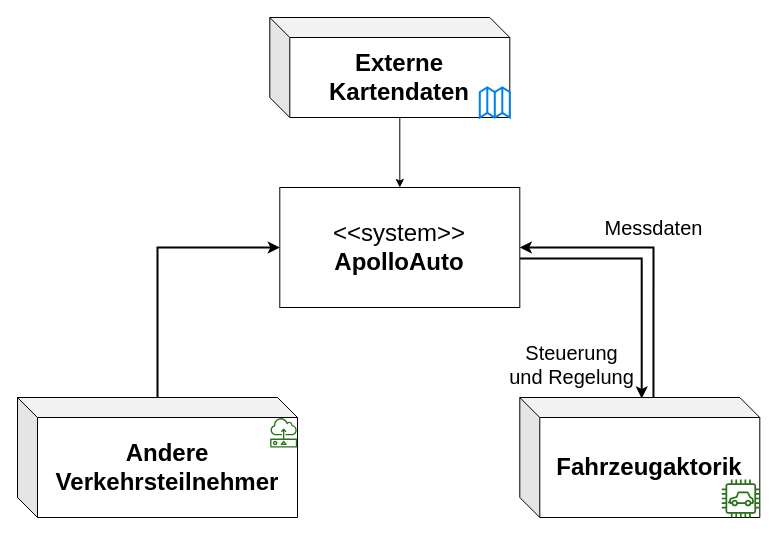
Apollak11/arc42-asciidoc-apolloauto-SSIM keeps this draw.io diagram as images/Fachlicher Kontext.drawio. Above is the earlier version. Source tidied: cells renumbered, new cells numbered last; positions are measured from the earlier drawing's top-left corner, leaving out a move shared by most shapes. Both pictures are drawn from the tidied source at 100%, with x=0, y=0 at pixel (17, 17).
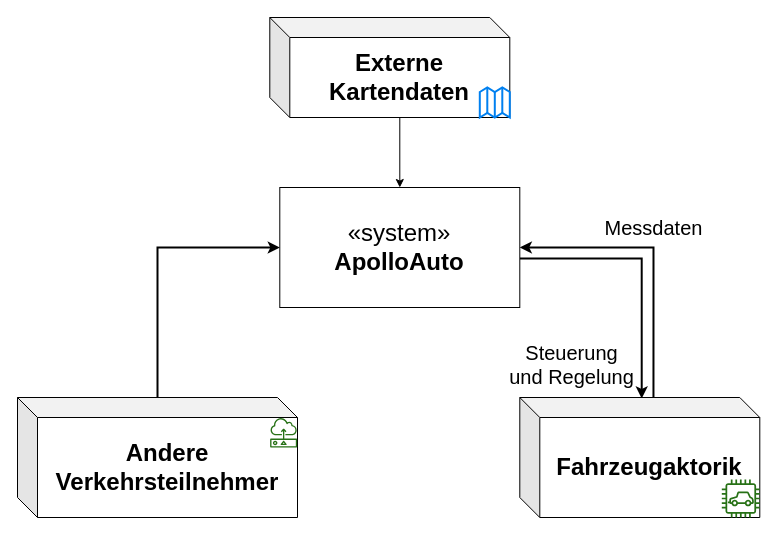
The same page after the edit.

The edit, as a diff of the source:
```diff
@@
 <mxGraphModel>
   <root>
     <mxCell id="0" />
     <mxCell id="1" parent="0" />
     <mxCell id="2" value="&lt;div&gt;&lt;font style=&quot;font-size: 20px&quot;&gt;Steuerung &lt;br&gt;&lt;/font&gt;&lt;/div&gt;&lt;div&gt;&lt;font style=&quot;font-size: 20px&quot;&gt;und Regelung&lt;/font&gt;&lt;/div&gt;" style="edgeStyle=orthogonalEdgeStyle;rounded=0;jettySize=auto;html=1;exitX=1;exitY=0.592;exitDx=0;exitDy=0;exitPerimeter=0;strokeWidth=2;entryX=0.508;entryY=0.008;entryDx=0;entryDy=0;entryPerimeter=0;" parent="1" edge="1" source="4" target="6">
       <mxGeometry x="0.74" y="-70" relative="1" as="geometry" />
     </mxCell>
     <mxCell id="3" style="edgeStyle=orthogonalEdgeStyle;rounded=0;jettySize=auto;html=1;exitX=0.5;exitY=0;exitDx=0;exitDy=0;strokeWidth=2;" parent="1" edge="1" source="4">
       <mxGeometry relative="1" as="geometry">
         <mxPoint x="382.3" y="170" as="targetPoint" />
       </mxGeometry>
     </mxCell>
-    <mxCell id="4" value="&lt;div style=&quot;font-size: 24px&quot;&gt;&lt;font style=&quot;font-size: 24px&quot;&gt;&amp;lt;&amp;lt;system&amp;gt;&amp;gt;&lt;/font&gt;&lt;/div&gt;&lt;div style=&quot;font-size: 24px&quot;&gt;&lt;font style=&quot;font-size: 24px&quot;&gt;&lt;b&gt;ApolloAuto&lt;/b&gt;&lt;br&gt;&lt;/font&gt;&lt;/div&gt;" style="rounded=0;whiteSpace=wrap;html=1;" parent="1" vertex="1">
+    <mxCell id="4" value="&lt;div style=&quot;font-size: 24px&quot;&gt;&lt;font style=&quot;font-size: 24px&quot;&gt;&lt;font style=&quot;font-size: 24px&quot;&gt;«&lt;/font&gt;system&lt;/font&gt;&lt;font style=&quot;font-size: 24px&quot;&gt;»&lt;/font&gt;&lt;/div&gt;&lt;div style=&quot;font-size: 24px&quot;&gt;&lt;font style=&quot;font-size: 24px&quot;&gt;&lt;b&gt;ApolloAuto&lt;/b&gt;&lt;br&gt;&lt;/font&gt;&lt;/div&gt;" style="rounded=0;whiteSpace=wrap;html=1;" parent="1" vertex="1">
       <mxGeometry x="262.3" y="170" width="240" height="120" as="geometry" />
     </mxCell>
     <mxCell id="5" value="&lt;font style=&quot;font-size: 20px&quot;&gt;Messdaten&lt;/font&gt;" style="edgeStyle=orthogonalEdgeStyle;rounded=0;jettySize=auto;html=1;entryX=1;entryY=0.5;entryDx=0;entryDy=0;exitX=0.557;exitY=0.008;exitDx=0;exitDy=0;exitPerimeter=0;strokeWidth=2;" parent="1" edge="1" source="6" target="4">
       <mxGeometry x="0.06" y="-20" relative="1" as="geometry" />
     </mxCell>
     <mxCell id="6" value="&lt;b&gt;&lt;font style=&quot;font-size: 24px&quot;&gt;Fahrzeugaktorik&lt;/font&gt;&lt;/b&gt;" style="shape=cube;whiteSpace=wrap;html=1;boundedLbl=1;backgroundOutline=1;darkOpacity=0.05;darkOpacity2=0.1;direction=east;" parent="1" vertex="1">
       <mxGeometry x="502.3" y="380" width="240" height="120" as="geometry" />
     </mxCell>
     <mxCell id="7" style="edgeStyle=orthogonalEdgeStyle;rounded=0;jettySize=auto;html=1;entryX=0;entryY=0.5;entryDx=0;entryDy=0;strokeWidth=2;" parent="1" edge="1" source="8" target="4">
       <mxGeometry relative="1" as="geometry" />
     </mxCell>
     <mxCell id="8" value="&lt;font style=&quot;font-size: 24px&quot;&gt;&lt;b&gt;Andere Verkehrsteilnehmer&lt;br&gt;&lt;/b&gt;&lt;/font&gt;" style="shape=cube;whiteSpace=wrap;html=1;boundedLbl=1;backgroundOutline=1;darkOpacity=0.05;darkOpacity2=0.1;direction=east;" parent="1" vertex="1">
       <mxGeometry y="380" width="280" height="120" as="geometry" />
     </mxCell>
     <mxCell id="9" style="edgeStyle=orthogonalEdgeStyle;rounded=0;jettySize=auto;html=1;exitX=0;exitY=0;exitDx=130;exitDy=100;exitPerimeter=0;entryX=0.5;entryY=0;entryDx=0;entryDy=0;" parent="1" edge="1" source="10" target="4">
       <mxGeometry relative="1" as="geometry" />
     </mxCell>
     <mxCell id="10" value="&lt;b&gt;&lt;font style=&quot;font-size: 24px&quot;&gt;Externe Kartendaten&lt;br&gt;&lt;/font&gt;&lt;/b&gt;" style="shape=cube;whiteSpace=wrap;html=1;boundedLbl=1;backgroundOutline=1;darkOpacity=0.05;darkOpacity2=0.1;direction=east;" parent="1" vertex="1">
       <mxGeometry x="252.3" width="240" height="100" as="geometry" />
     </mxCell>
     <mxCell id="11" style="html=1;verticalLabelPosition=bottom;align=center;labelBackgroundColor=#ffffff;verticalAlign=top;strokeWidth=2;strokeColor=#0080F0;shadow=0;dashed=0;shape=mxgraph.ios7.icons.map;" parent="1" vertex="1">
       <mxGeometry x="462.3" y="70" width="30" height="30" as="geometry" />
     </mxCell>
     <mxCell id="12" style="fontColor=#232F3E;gradientColor=none;fillColor=#277116;strokeColor=none;dashed=0;verticalLabelPosition=bottom;verticalAlign=top;align=center;html=1;fontSize=12;fontStyle=0;shape=mxgraph.aws4.car;" parent="1" vertex="1">
       <mxGeometry x="704.3" y="462" width="38" height="38" as="geometry" />
     </mxCell>
     <mxCell id="13" style="fontColor=#232F3E;gradientColor=none;fillColor=#277116;strokeColor=none;dashed=0;verticalLabelPosition=bottom;verticalAlign=top;align=center;html=1;fontSize=12;fontStyle=0;shape=mxgraph.aws4.sensor;" parent="1" vertex="1">
       <mxGeometry x="252.3" y="400" width="27.7" height="30" as="geometry" />
     </mxCell>
   </root>
 </mxGraphModel>
```
